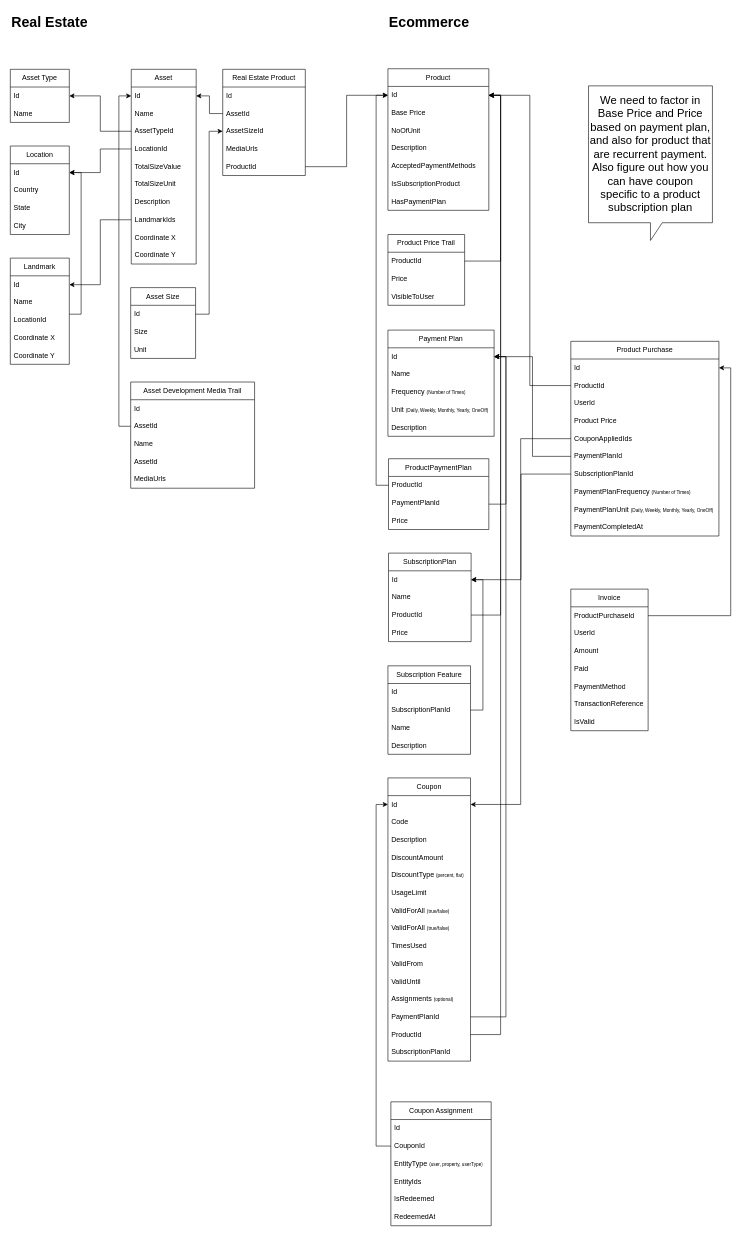
Above: sellperty.drawio in isaac-code/diagrams (draw.io), before the change. Source tidied: cells renumbered, new cells numbered last; positions are measured from the earlier drawing's top-left corner, leaving out a move shared by most shapes. Both pictures are drawn from the tidied source at 59%, with x=0, y=0 at pixel (10, 10).
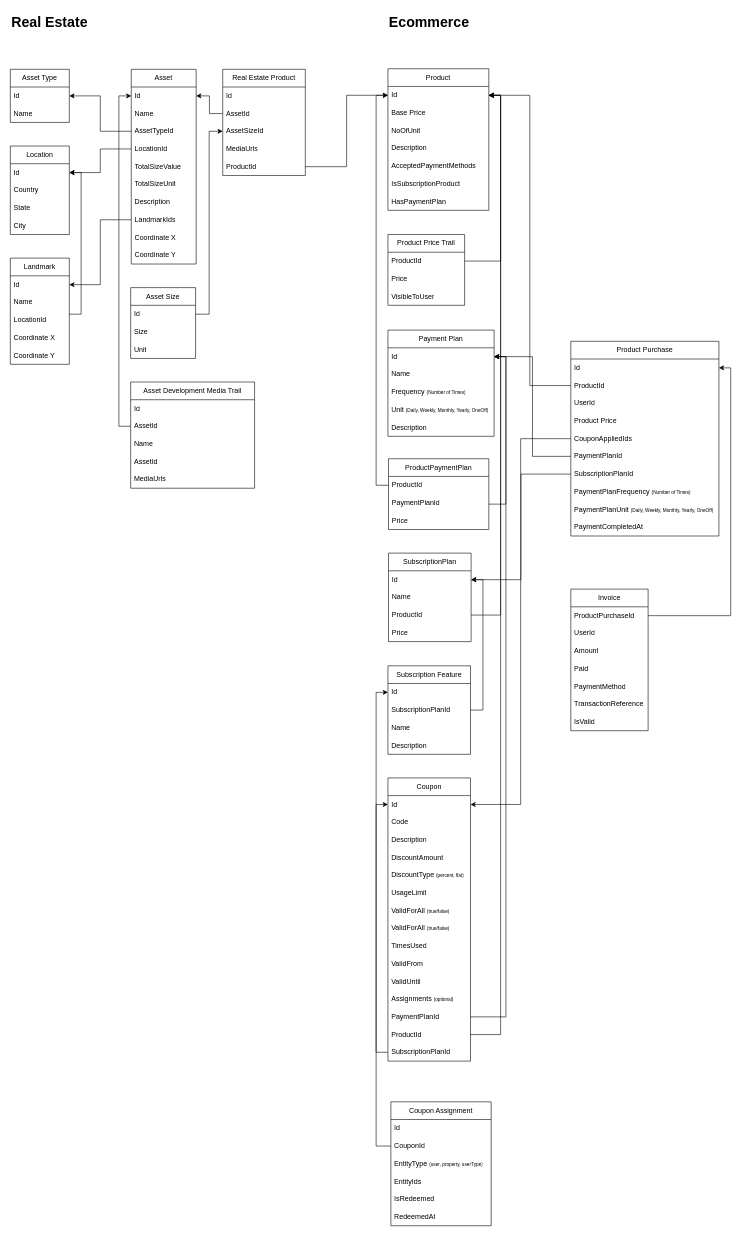
Above is the later version.

The change refers to these unchanged cells:
```xml
<mxCell id="87" value="SubscriptionPlanId" style="text;strokeColor=none;fillColor=none;align=left;verticalAlign=middle;spacingLeft=4;spacingRight=4;overflow=hidden;points=[[0,0.5],[1,0.5]];portConstraint=eastwest;whiteSpace=wrap;html=1;" parent="72" vertex="1">
  <mxGeometry y="450" width="140" height="30" as="geometry" />
</mxCell>
<mxCell id="131" value="Id" style="text;strokeColor=none;fillColor=none;align=left;verticalAlign=middle;spacingLeft=4;spacingRight=4;overflow=hidden;points=[[0,0.5],[1,0.5]];portConstraint=eastwest;whiteSpace=wrap;html=1;" parent="130" vertex="1">
  <mxGeometry y="30" width="140" height="30" as="geometry" />
</mxCell>
```

What changed in the source:
```diff
@@
-    <mxCell id="116" value="&lt;font style=&quot;font-size: 19px;&quot;&gt;We need to factor in Base Price and Price based on payment plan, and also for product that are recurrent payment. Also figure out how you can have coupon specific to a product subscription plan&lt;/font&gt;" style="shape=callout;whiteSpace=wrap;html=1;perimeter=calloutPerimeter;" parent="1" vertex="1">
-      <mxGeometry x="980" y="128" width="210" height="262" as="geometry" />
-    </mxCell>
@@
+    <mxCell id="141" style="edgeStyle=orthogonalEdgeStyle;rounded=0;jettySize=auto;html=1;entryX=0;entryY=0.5;entryDx=0;entryDy=0;" parent="1" edge="1" source="87" target="131">
+      <mxGeometry relative="1" as="geometry" />
+    </mxCell>
```
